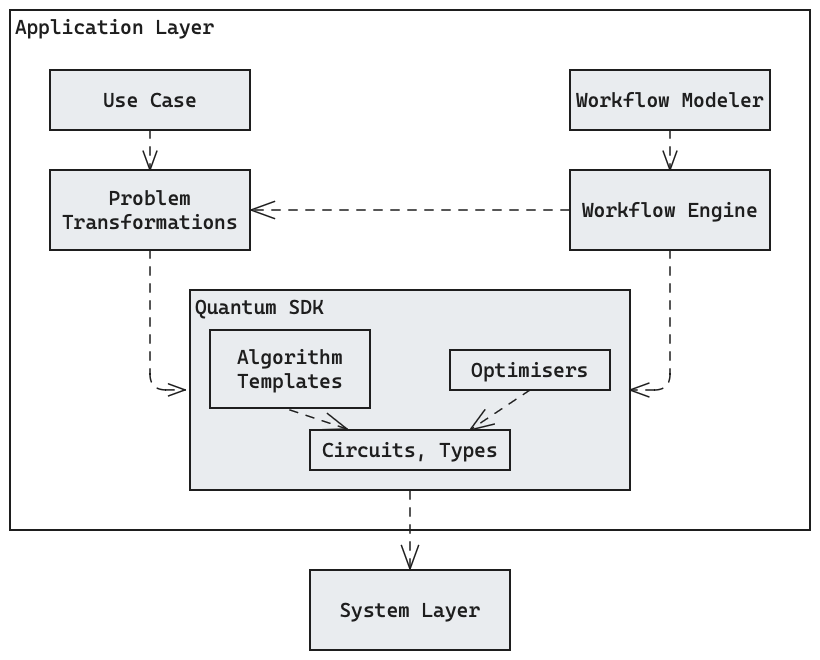
Earlier version of the Excalidraw export docs/images/Building-Blocks-L2-Application-Layer.excalidraw.png (FullStaQD/architecture). Source tidied: one line per element, renumbered; positions are measured from the earlier drawing's top-left corner, leaving out a move shared by most shapes.
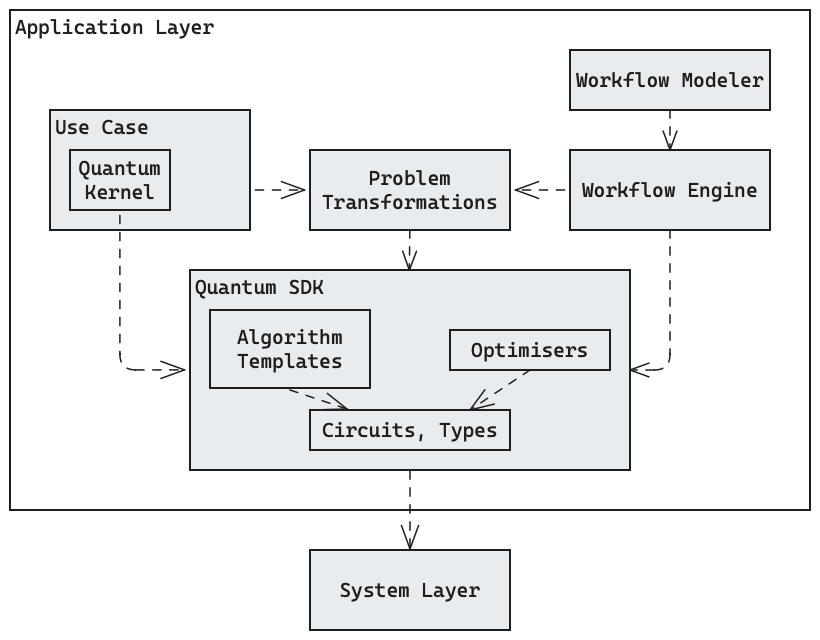
The same diagram one commit later.

Commit message:
docs(building-blocks): point out quantum kernels in application layer whitebox view

What changed in the source:
```diff
@@ -1,13 +1,13 @@
-{"id": 0, "type": "rectangle", "strokeColor": "#1e1e1e", "backgroundColor": "#ffffff", "fillStyle": "solid", "strokeWidth": 1, "roughness": 0, "x": 0, "y": 0, "width": 800, "height": 520}
+{"id": 0, "type": "rectangle", "strokeColor": "#1e1e1e", "backgroundColor": "#ffffff", "fillStyle": "solid", "strokeWidth": 1, "roughness": 0, "x": 0, "y": 20, "width": 800, "height": 500}
-{"id": 1, "type": "text", "text": "Application Layer", "strokeColor": "#1e1e1e", "strokeWidth": 1, "roughness": 0, "fontSize": 20, "fontFamily": 3, "inside": 0, "x": 5, "y": 5, "width": 199, "height": 24}
+{"id": 1, "type": "text", "text": "Application Layer", "strokeColor": "#1e1e1e", "strokeWidth": 1, "roughness": 0, "fontSize": 20, "fontFamily": 3, "inside": 0, "x": 5, "y": 25, "width": 199, "height": 24}
-{"id": 2, "type": "rectangle", "strokeColor": "#1e1e1e", "backgroundColor": "#e9ecef", "fillStyle": "solid", "strokeWidth": 1, "roughness": 0, "x": 40, "y": 60, "width": 200, "height": 60}
+{"id": 2, "type": "rectangle", "strokeColor": "#1e1e1e", "backgroundColor": "#e9ecef", "fillStyle": "solid", "strokeWidth": 1, "roughness": 0, "x": 40, "y": 120, "width": 200, "height": 120}
-{"id": 3, "type": "text", "text": "Use Case", "strokeColor": "#1e1e1e", "backgroundColor": "#ffffff", "fillStyle": "solid", "strokeWidth": 1, "roughness": 0, "fontSize": 20, "fontFamily": 3, "textAlign": "center", "verticalAlign": "middle", "inside": 2, "x": 93, "y": 78, "width": 94, "height": 24}
+{"id": 3, "type": "text", "text": "Use Case", "strokeColor": "#1e1e1e", "backgroundColor": "#ffffff", "fillStyle": "solid", "strokeWidth": 1, "roughness": 0, "fontSize": 20, "fontFamily": 3, "inside": 2, "x": 45, "y": 125, "width": 94, "height": 24}
 {"id": 4, "type": "rectangle", "strokeColor": "#1e1e1e", "backgroundColor": "#e9ecef", "fillStyle": "solid", "strokeWidth": 1, "roughness": 0, "x": 560, "y": 60, "width": 200, "height": 60}
 {"id": 5, "type": "text", "text": "Workflow Modeler", "strokeColor": "#1e1e1e", "backgroundColor": "#ffffff", "fillStyle": "solid", "strokeWidth": 1, "roughness": 0, "fontSize": 20, "fontFamily": 3, "textAlign": "center", "verticalAlign": "middle", "inside": 4, "x": 566, "y": 78, "width": 188, "height": 24}
 {"id": 6, "type": "rectangle", "strokeColor": "#1e1e1e", "backgroundColor": "#e9ecef", "fillStyle": "solid", "strokeWidth": 1, "roughness": 0, "x": 180, "y": 280, "width": 440, "height": 200}
 {"id": 7, "type": "text", "text": "Quantum SDK", "strokeColor": "#1e1e1e", "backgroundColor": "#ffffff", "fillStyle": "solid", "strokeWidth": 1, "roughness": 0, "fontSize": 20, "fontFamily": 3, "inside": 6, "x": 185, "y": 285, "width": 129, "height": 24}
-{"id": 8, "type": "rectangle", "strokeColor": "#1e1e1e", "backgroundColor": "#e9ecef", "fillStyle": "solid", "strokeWidth": 1, "roughness": 0, "x": 40, "y": 160, "width": 200, "height": 80}
+{"id": 8, "type": "rectangle", "strokeColor": "#1e1e1e", "backgroundColor": "#e9ecef", "fillStyle": "solid", "strokeWidth": 1, "roughness": 0, "x": 300, "y": 160, "width": 200, "height": 80}
-{"id": 9, "type": "text", "text": "Problem\nTransformations", "strokeColor": "#1e1e1e", "backgroundColor": "#ffffff", "fillStyle": "solid", "strokeWidth": 1, "roughness": 0, "fontSize": 20, "fontFamily": 3, "textAlign": "center", "verticalAlign": "middle", "inside": 8, "x": 52, "y": 176, "width": 176, "height": 48}
+{"id": 9, "type": "text", "text": "Problem\nTransformations", "strokeColor": "#1e1e1e", "backgroundColor": "#ffffff", "fillStyle": "solid", "strokeWidth": 1, "roughness": 0, "fontSize": 20, "fontFamily": 3, "textAlign": "center", "verticalAlign": "middle", "inside": 8, "x": 312, "y": 176, "width": 176, "height": 48}
 {"id": 10, "type": "rectangle", "strokeColor": "#1e1e1e", "backgroundColor": "#e9ecef", "fillStyle": "solid", "strokeWidth": 1, "roughness": 0, "x": 300, "y": 560, "width": 200, "height": 80}
 {"id": 11, "type": "text", "text": "System Layer", "strokeColor": "#1e1e1e", "backgroundColor": "#ffffff", "fillStyle": "solid", "strokeWidth": 1, "roughness": 0, "fontSize": 20, "fontFamily": 3, "textAlign": "center", "verticalAlign": "middle", "inside": 10, "x": 330, "y": 588, "width": 141, "height": 24}
 {"id": 12, "type": "rectangle", "strokeColor": "#1e1e1e", "backgroundColor": "#e9ecef", "fillStyle": "solid", "strokeWidth": 1, "roughness": 0, "x": 560, "y": 160, "width": 200, "height": 80}
@@ -18,11 +18,14 @@
 {"id": 17, "type": "text", "text": "Circuits, Types", "strokeColor": "#1e1e1e", "backgroundColor": "#ffffff", "fillStyle": "solid", "strokeWidth": 1, "roughness": 0, "fontSize": 20, "fontFamily": 3, "textAlign": "center", "verticalAlign": "middle", "inside": 16, "x": 312, "y": 428, "width": 176, "height": 24}
 {"id": 18, "type": "rectangle", "strokeColor": "#1e1e1e", "backgroundColor": "#e9ecef", "fillStyle": "solid", "strokeWidth": 1, "roughness": 0, "x": 440, "y": 340, "width": 160, "height": 40}
 {"id": 19, "type": "text", "text": "Optimisers", "strokeColor": "#1e1e1e", "backgroundColor": "#ffffff", "fillStyle": "solid", "strokeWidth": 1, "roughness": 0, "fontSize": 20, "fontFamily": 3, "textAlign": "center", "verticalAlign": "middle", "inside": 18, "x": 461, "y": 348, "width": 117, "height": 24}
-{"id": 20, "type": "arrow", "strokeColor": "#1e1e1e", "backgroundColor": "#e9ecef", "fillStyle": "solid", "strokeWidth": 1, "strokeStyle": "dashed", "roughness": 0, "endArrowhead": "arrow", "round": true, "from": 12, "to": 8, "x": 559, "y": 200, "width": 318, "height": 0, "points": [[0, 0], [-318, 0]]}
+{"id": 20, "type": "arrow", "strokeColor": "#1e1e1e", "backgroundColor": "#e9ecef", "fillStyle": "solid", "strokeWidth": 1, "strokeStyle": "dashed", "roughness": 0, "endArrowhead": "arrow", "round": true, "from": 12, "to": 8, "x": 554, "y": 200, "width": 49, "height": 0, "points": [[0, 0], [-49, 0]]}
-{"id": 21, "type": "arrow", "strokeColor": "#1e1e1e", "backgroundColor": "#e9ecef", "fillStyle": "solid", "strokeWidth": 1, "strokeStyle": "dashed", "roughness": 0, "endArrowhead": "arrow", "round": true, "from": 2, "to": 8, "x": 140, "y": 120, "width": 0, "height": 40, "points": [[0, 0], [0, 40]]}
+{"id": 21, "type": "arrow", "strokeColor": "#1e1e1e", "backgroundColor": "#e9ecef", "fillStyle": "solid", "strokeWidth": 1, "strokeStyle": "dashed", "roughness": 0, "endArrowhead": "arrow", "round": true, "from": 2, "to": 8, "x": 246, "y": 200, "width": 49, "height": 0, "points": [[0, 0], [49, 0]]}
 {"id": 22, "type": "arrow", "strokeColor": "#1e1e1e", "backgroundColor": "#e9ecef", "fillStyle": "solid", "strokeWidth": 1, "strokeStyle": "dashed", "roughness": 0, "endArrowhead": "arrow", "round": true, "from": 4, "to": 12, "x": 660, "y": 120, "width": 0, "height": 40, "points": [[0, 0], [0, 40]]}
 {"id": 23, "type": "arrow", "strokeColor": "#1e1e1e", "backgroundColor": "#e9ecef", "fillStyle": "solid", "strokeWidth": 1, "strokeStyle": "dashed", "roughness": 0, "endArrowhead": "arrow", "from": 12, "to": 6, "x": 660, "y": 240, "width": 40, "height": 140, "points": [[0, 0], [0, 140], [-40, 140]]}
-{"id": 24, "type": "arrow", "strokeColor": "#1e1e1e", "backgroundColor": "#e9ecef", "fillStyle": "solid", "strokeWidth": 1, "strokeStyle": "dashed", "roughness": 0, "endArrowhead": "arrow", "from": 8, "to": 6, "x": 140, "y": 240, "width": 35, "height": 140, "points": [[0, 0], [0, 140], [35, 140]]}
 {"id": 25, "type": "arrow", "strokeColor": "#1e1e1e", "backgroundColor": "#e9ecef", "fillStyle": "solid", "strokeWidth": 1, "strokeStyle": "dashed", "roughness": 0, "endArrowhead": "arrow", "round": true, "from": 6, "to": 10, "x": 400, "y": 481, "width": 0, "height": 78, "points": [[0, 0], [0, 78]]}
 {"id": 26, "type": "arrow", "strokeColor": "#1e1e1e", "backgroundColor": "#e9ecef", "fillStyle": "solid", "strokeWidth": 1, "strokeStyle": "dashed", "roughness": 0, "endArrowhead": "arrow", "round": true, "from": 18, "to": 16, "x": 520, "y": 380, "width": 60, "height": 40, "points": [[0, 0], [-60, 40]]}
 {"id": 27, "type": "arrow", "strokeColor": "#1e1e1e", "backgroundColor": "#e9ecef", "fillStyle": "solid", "strokeWidth": 1, "strokeStyle": "dashed", "roughness": 0, "endArrowhead": "arrow", "round": true, "from": 14, "to": 16, "x": 280, "y": 400, "width": 57, "height": 19, "points": [[0, 0], [57, 19]]}
+{"id": 28, "type": "rectangle", "strokeColor": "#1e1e1e", "backgroundColor": "#e9ecef", "fillStyle": "solid", "strokeWidth": 1, "roughness": 0, "x": 60, "y": 160, "width": 100, "height": 60}
+{"id": 29, "type": "text", "text": "Quantum\nKernel", "strokeColor": "#1e1e1e", "backgroundColor": "#ffffff", "fillStyle": "solid", "strokeWidth": 1, "roughness": 0, "fontSize": 20, "fontFamily": 3, "textAlign": "center", "verticalAlign": "middle", "inside": 28, "x": 69, "y": 166, "width": 82, "height": 48}
+{"id": 30, "type": "arrow", "strokeColor": "#1e1e1e", "backgroundColor": "#e9ecef", "fillStyle": "solid", "strokeWidth": 1, "strokeStyle": "dashed", "roughness": 0, "endArrowhead": "arrow", "from": 28, "to": 6, "x": 110, "y": 226, "width": 65, "height": 154, "points": [[0, 0], [0, 154], [65, 154]]}
+{"id": 31, "type": "arrow", "strokeColor": "#1e1e1e", "backgroundColor": "#e9ecef", "fillStyle": "solid", "strokeWidth": 1, "strokeStyle": "dashed", "roughness": 0, "endArrowhead": "arrow", "round": true, "from": 8, "to": 6, "x": 400, "y": 240, "width": 1, "height": 40, "points": [[0, 0], [-1, 40]]}
```
